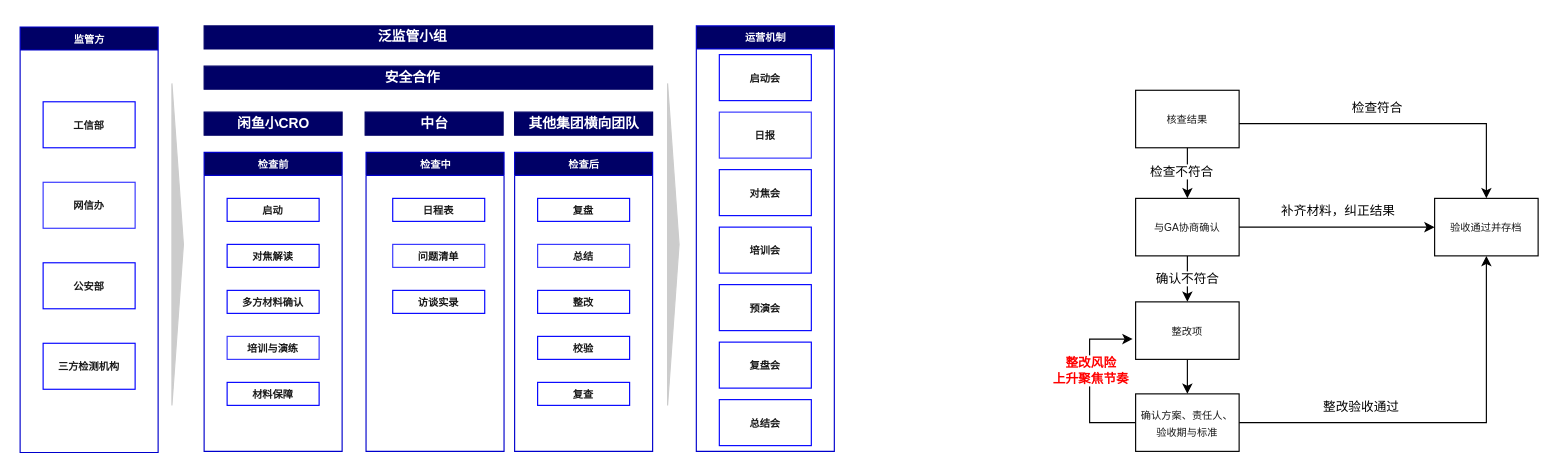
This is 迎检机制.drawio from Rmachine/python-emulate, a draw.io file, before an edit. Source tidied: cells renumbered, new cells numbered last; positions are measured from the earlier drawing's top-left corner, leaving out a move shared by most shapes. Both pictures are drawn from the tidied source at 115%, with x=0, y=0 at pixel (20, 20).
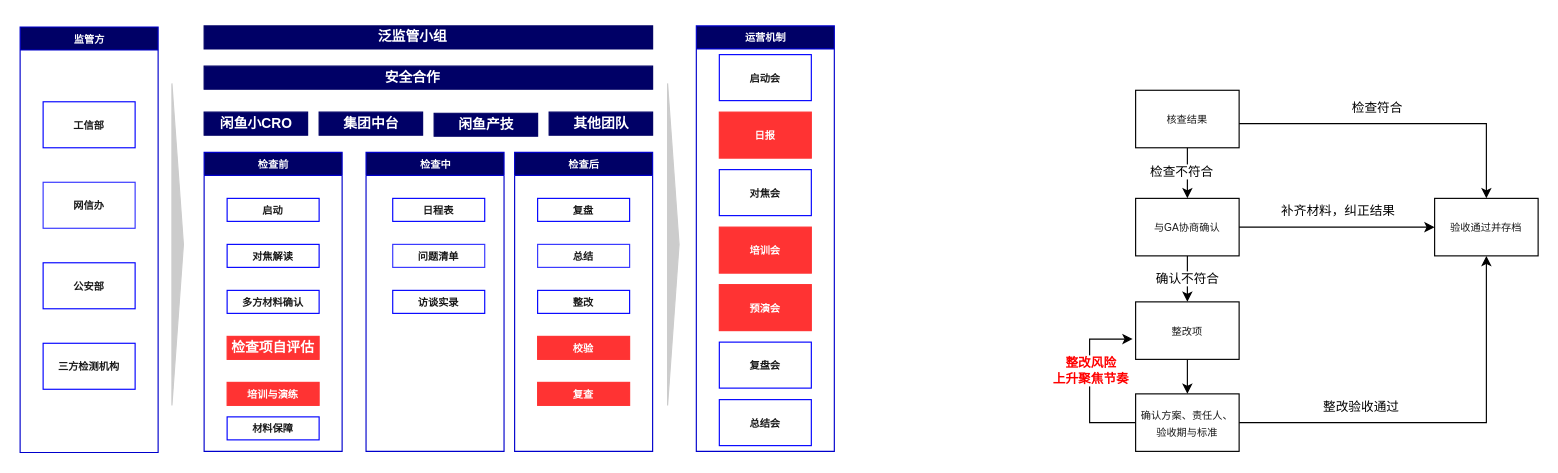
The same page after the edit.

Commit message:
更新迎检机制.drawio

Unchanged cells that the change refers to:
```xml
<mxCell id="7" value="&lt;span style=&quot;font-family: &amp;quot;Microsoft YaHei&amp;quot;; font-size: 6.66667pt;&quot;&gt;&lt;font color=&quot;#ffffff&quot;&gt;运营机制&lt;/font&gt;&lt;/span&gt;" style="swimlane;html=1;startSize=20;horizontal=1;containerType=tree;glass=0;fillColor=#000066;strokeColor=#0000CC;gradientColor=none;fontStyle=1;" parent="1" vertex="1">
  <mxGeometry x="588" y="5" width="120" height="370" as="geometry" />
</mxCell>
<mxCell id="40" value="&lt;font face=&quot;Microsoft YaHei&quot; color=&quot;#ffffff&quot;&gt;&lt;span style=&quot;font-size: 8.88889px;&quot;&gt;检查前&lt;/span&gt;&lt;/font&gt;" style="swimlane;html=1;startSize=20;horizontal=1;containerType=tree;glass=0;fillColor=#000066;strokeColor=#0000CC;gradientColor=none;fontStyle=1;" parent="24" vertex="1">
  <mxGeometry y="20" width="120" height="260" as="geometry" />
</mxCell>
```

Change to the diagram source:
```diff
@@
-    <mxCell id="9" value="&lt;span style=&quot;color: rgb(25, 25, 25); font-family: &amp;quot;Microsoft YaHei&amp;quot;; font-size: 8.88889px;&quot;&gt;日报&lt;/span&gt;" style="rounded=0;whiteSpace=wrap;html=1;strokeColor=#3333FF;fontStyle=1;" parent="7" vertex="1">
+    <mxCell id="9" value="&lt;span style=&quot;font-family: &amp;quot;Microsoft YaHei&amp;quot;; font-size: 8.88889px;&quot;&gt;日报&lt;/span&gt;" style="rounded=0;whiteSpace=wrap;html=1;strokeColor=#FF3333;fontStyle=1;fillColor=#FF3333;fontColor=#FFFFFF;" parent="7" vertex="1">
       <mxGeometry x="20" y="75" width="80" height="40" as="geometry" />
     </mxCell>
@@
-    <mxCell id="11" value="&lt;span style=&quot;color: rgb(25, 25, 25); font-family: &amp;quot;Microsoft YaHei&amp;quot;; font-size: 8.88889px;&quot;&gt;培训会&lt;/span&gt;" style="rounded=0;whiteSpace=wrap;html=1;strokeColor=#0000FF;fontStyle=1;" parent="7" vertex="1">
+    <mxCell id="11" value="&lt;span style=&quot;font-family: &amp;quot;Microsoft YaHei&amp;quot;; font-size: 8.88889px;&quot;&gt;培训会&lt;/span&gt;" style="rounded=0;whiteSpace=wrap;html=1;strokeColor=#FF3333;fontStyle=1;fillColor=#FF3333;fontColor=#FFFFFF;" parent="7" vertex="1">
       <mxGeometry x="20" y="175" width="80" height="40" as="geometry" />
     </mxCell>
-    <mxCell id="12" value="&lt;span style=&quot;color: rgb(25, 25, 25); font-family: &amp;quot;Microsoft YaHei&amp;quot;; font-size: 8.88889px;&quot;&gt;预演会&lt;/span&gt;" style="rounded=0;whiteSpace=wrap;html=1;strokeColor=#0000FF;fontStyle=1;" parent="7" vertex="1">
+    <mxCell id="12" value="&lt;span style=&quot;font-family: &amp;quot;Microsoft YaHei&amp;quot;; font-size: 8.88889px;&quot;&gt;预演会&lt;/span&gt;" style="rounded=0;whiteSpace=wrap;html=1;strokeColor=#FF3333;fontStyle=1;fillColor=#FF3333;fontColor=#FFFFFF;" parent="7" vertex="1">
       <mxGeometry x="20" y="225" width="80" height="40" as="geometry" />
     </mxCell>
@@
     <mxCell id="24" style="group;" parent="1" vertex="1">
-      <mxGeometry x="160" y="95" width="390" height="280" as="geometry" />
+      <mxGeometry x="160" y="95" width="590" height="280" as="geometry" />
     </mxCell>
     <mxCell id="25" style="group;" parent="24" vertex="1">
-      <mxGeometry y="-20" width="390" height="30" as="geometry" />
+      <mxGeometry y="-20" width="590" height="31" as="geometry" />
     </mxCell>
     <mxCell id="26" style="group;" parent="25" vertex="1">
-      <mxGeometry width="120" height="30" as="geometry" />
+      <mxGeometry width="90" height="30" as="geometry" />
     </mxCell>
     <mxCell id="27" style="group;" parent="26" vertex="1">
-      <mxGeometry width="120" height="30" as="geometry" />
+      <mxGeometry width="90" height="30" as="geometry" />
     </mxCell>
     <mxCell id="28" value="&lt;br&gt;&lt;br&gt;&lt;br&gt;&lt;br&gt;" style="verticalLabelPosition=bottom;verticalAlign=top;html=1;shape=mxgraph.basic.rect;fillColor2=none;strokeWidth=1;size=20;indent=0;strokeColor=#000066;fontColor=#FFFFFF;fillColor=#000066;gradientColor=none;fontStyle=1;" parent="27" vertex="1">
-      <mxGeometry y="5" width="120" height="20" as="geometry" />
+      <mxGeometry y="5" width="90" height="20" as="geometry" />
     </mxCell>
     <mxCell id="29" value="闲鱼小CRO" style="text;html=1;align=center;verticalAlign=middle;strokeColor=none;fillColor=none;fontColor=#FFFFFF;fontStyle=1;" parent="27" vertex="1">
-      <mxGeometry x="15" width="90" height="30" as="geometry" />
+      <mxGeometry width="90" height="30" as="geometry" />
     </mxCell>
-    <mxCell id="30" style="group;" parent="25" vertex="1">
-      <mxGeometry x="140" width="120" height="30" as="geometry" />
-    </mxCell>
-    <mxCell id="31" value="&lt;br&gt;&lt;br&gt;&lt;br&gt;&lt;br&gt;" style="verticalLabelPosition=bottom;verticalAlign=top;html=1;shape=mxgraph.basic.rect;fillColor2=none;strokeWidth=1;size=20;indent=0;strokeColor=#000066;fontColor=#FFFFFF;fillColor=#000066;gradientColor=none;fontStyle=1;" parent="30" vertex="1">
-      <mxGeometry y="5" width="120" height="20" as="geometry" />
-    </mxCell>
-    <mxCell id="32" value="中台" style="text;html=1;align=center;verticalAlign=middle;strokeColor=none;fillColor=none;fontColor=#FFFFFF;fontStyle=1;" parent="30" vertex="1">
-      <mxGeometry x="35" width="50" height="30" as="geometry" />
-    </mxCell>
-    <mxCell id="33" style="group;" parent="25" vertex="1">
-      <mxGeometry x="270" width="120" height="30" as="geometry" />
-    </mxCell>
-    <mxCell id="34" value="&lt;br&gt;&lt;br&gt;&lt;br&gt;&lt;br&gt;" style="verticalLabelPosition=bottom;verticalAlign=top;html=1;shape=mxgraph.basic.rect;fillColor2=none;strokeWidth=1;size=20;indent=0;strokeColor=#000066;fontColor=#FFFFFF;fillColor=#000066;gradientColor=none;fontStyle=1;" parent="33" vertex="1">
-      <mxGeometry y="5" width="120" height="20" as="geometry" />
-    </mxCell>
-    <mxCell id="35" value="其他集团横向团队" style="text;html=1;align=center;verticalAlign=middle;strokeColor=none;fillColor=none;fontColor=#FFFFFF;fontStyle=1;" parent="33" vertex="1">
-      <mxGeometry width="120" height="30" as="geometry" />
-    </mxCell>
+    <mxCell id="69" style="group;" parent="25" vertex="1">
+      <mxGeometry x="200" y="1" width="390" height="30" as="geometry" />
+    </mxCell>
+    <mxCell id="70" style="group;" parent="69" vertex="1">
+      <mxGeometry width="90" height="30" as="geometry" />
+    </mxCell>
+    <mxCell id="71" style="group;" parent="70" vertex="1">
+      <mxGeometry width="90" height="30" as="geometry" />
+    </mxCell>
+    <mxCell id="72" value="&lt;br&gt;&lt;br&gt;&lt;br&gt;&lt;br&gt;" style="verticalLabelPosition=bottom;verticalAlign=top;html=1;shape=mxgraph.basic.rect;fillColor2=none;strokeWidth=1;size=20;indent=0;strokeColor=#000066;fontColor=#FFFFFF;fillColor=#000066;gradientColor=none;fontStyle=1;" parent="71" vertex="1">
+      <mxGeometry y="5" width="90" height="20" as="geometry" />
+    </mxCell>
+    <mxCell id="73" value="闲鱼产技" style="text;html=1;align=center;verticalAlign=middle;strokeColor=none;fillColor=none;fontColor=#FFFFFF;fontStyle=1;" parent="71" vertex="1">
+      <mxGeometry x="10" width="70" height="30" as="geometry" />
+    </mxCell>
@@
-    <mxCell id="42" value="&lt;font face=&quot;Microsoft YaHei&quot; color=&quot;#191919&quot;&gt;&lt;span style=&quot;font-size: 8.88889px;&quot;&gt;培训与演练&lt;/span&gt;&lt;/font&gt;" style="rounded=0;whiteSpace=wrap;html=1;strokeColor=#3333FF;fontStyle=1;" parent="40" vertex="1">
-      <mxGeometry x="20" y="160" width="80" height="20" as="geometry" />
+    <mxCell id="42" value="&lt;font face=&quot;Microsoft YaHei&quot;&gt;&lt;span style=&quot;font-size: 8.88889px;&quot;&gt;培训与演练&lt;/span&gt;&lt;/font&gt;" style="rounded=0;whiteSpace=wrap;html=1;strokeColor=#FF3333;fontStyle=1;fillColor=#FF3333;fontColor=#FFFFFF;" parent="40" vertex="1">
+      <mxGeometry x="20" y="200" width="80" height="20" as="geometry" />
     </mxCell>
@@
     <mxCell id="44" value="&lt;font face=&quot;Microsoft YaHei&quot; color=&quot;#191919&quot;&gt;&lt;span style=&quot;font-size: 8.88889px;&quot;&gt;材料保障&lt;/span&gt;&lt;/font&gt;" style="rounded=0;whiteSpace=wrap;html=1;strokeColor=#0000FF;fontStyle=1;" parent="40" vertex="1">
-      <mxGeometry x="20" y="200" width="80" height="20" as="geometry" />
+      <mxGeometry x="20" y="230" width="80" height="20" as="geometry" />
     </mxCell>
@@
+    <mxCell id="74" value="&lt;div class=&quot;lake-content&quot;&gt;&lt;span class=&quot;ne-text&quot;&gt;检查项自评估&lt;/span&gt;&lt;/div&gt;" style="rounded=0;whiteSpace=wrap;html=1;strokeColor=#FF3333;fontStyle=1;fillColor=#FF3333;fontColor=#FFFFFF;" parent="40" vertex="1">
+      <mxGeometry x="20" y="160" width="80" height="20" as="geometry" />
+    </mxCell>
@@
-    <mxCell id="48" value="&lt;font face=&quot;Microsoft YaHei&quot; color=&quot;#191919&quot;&gt;&lt;span style=&quot;font-size: 8.88889px;&quot;&gt;校验&lt;/span&gt;&lt;/font&gt;" style="rounded=0;whiteSpace=wrap;html=1;strokeColor=#0000FF;fontStyle=1;" parent="24" vertex="1">
+    <mxCell id="48" value="&lt;font face=&quot;Microsoft YaHei&quot;&gt;&lt;span style=&quot;font-size: 8.88889px;&quot;&gt;校验&lt;/span&gt;&lt;/font&gt;" style="rounded=0;whiteSpace=wrap;html=1;strokeColor=#FF3333;fontStyle=1;fillColor=#FF3333;fontColor=#FFFFFF;" parent="24" vertex="1">
       <mxGeometry x="290" y="180" width="80" height="20" as="geometry" />
     </mxCell>
-    <mxCell id="49" value="&lt;font face=&quot;Microsoft YaHei&quot; color=&quot;#191919&quot;&gt;&lt;span style=&quot;font-size: 8.88889px;&quot;&gt;复查&lt;/span&gt;&lt;/font&gt;" style="rounded=0;whiteSpace=wrap;html=1;strokeColor=#0000FF;fontStyle=1;" parent="24" vertex="1">
+    <mxCell id="49" value="&lt;font face=&quot;Microsoft YaHei&quot;&gt;&lt;span style=&quot;font-size: 8.88889px;&quot;&gt;复查&lt;/span&gt;&lt;/font&gt;" style="rounded=0;whiteSpace=wrap;html=1;strokeColor=#FF3333;fontStyle=1;fillColor=#FF3333;fontColor=#FFFFFF;" parent="24" vertex="1">
       <mxGeometry x="290" y="220" width="80" height="20" as="geometry" />
     </mxCell>
@@
+    <mxCell id="75" style="group;" parent="1" vertex="1">
+      <mxGeometry x="260" y="75" width="590" height="30" as="geometry" />
+    </mxCell>
+    <mxCell id="76" style="group;" parent="75" vertex="1">
+      <mxGeometry width="90" height="30" as="geometry" />
+    </mxCell>
+    <mxCell id="77" style="group;" parent="76" vertex="1">
+      <mxGeometry width="90" height="30" as="geometry" />
+    </mxCell>
+    <mxCell id="78" value="&lt;br&gt;&lt;br&gt;&lt;br&gt;&lt;br&gt;" style="verticalLabelPosition=bottom;verticalAlign=top;html=1;shape=mxgraph.basic.rect;fillColor2=none;strokeWidth=1;size=20;indent=0;strokeColor=#000066;fontColor=#FFFFFF;fillColor=#000066;gradientColor=none;fontStyle=1;" parent="77" vertex="1">
+      <mxGeometry y="5" width="90" height="20" as="geometry" />
+    </mxCell>
+    <mxCell id="79" value="集团中台" style="text;html=1;align=center;verticalAlign=middle;strokeColor=none;fillColor=none;fontColor=#FFFFFF;fontStyle=1;" parent="77" vertex="1">
+      <mxGeometry x="10" width="70" height="30" as="geometry" />
+    </mxCell>
+    <mxCell id="80" style="group;" parent="75" vertex="1">
+      <mxGeometry x="200" width="390" height="30" as="geometry" />
+    </mxCell>
+    <mxCell id="81" style="group;" parent="80" vertex="1">
+      <mxGeometry width="90" height="30" as="geometry" />
+    </mxCell>
+    <mxCell id="82" style="group;" parent="81" vertex="1">
+      <mxGeometry width="90" height="30" as="geometry" />
+    </mxCell>
+    <mxCell id="83" value="&lt;br&gt;&lt;br&gt;&lt;br&gt;&lt;br&gt;" style="verticalLabelPosition=bottom;verticalAlign=top;html=1;shape=mxgraph.basic.rect;fillColor2=none;strokeWidth=1;size=20;indent=0;strokeColor=#000066;fontColor=#FFFFFF;fillColor=#000066;gradientColor=none;fontStyle=1;" parent="82" vertex="1">
+      <mxGeometry y="5" width="90" height="20" as="geometry" />
+    </mxCell>
+    <mxCell id="84" value="其他团队" style="text;html=1;align=center;verticalAlign=middle;strokeColor=none;fillColor=none;fontColor=#FFFFFF;fontStyle=1;" parent="82" vertex="1">
+      <mxGeometry x="10" width="70" height="30" as="geometry" />
+    </mxCell>
```
